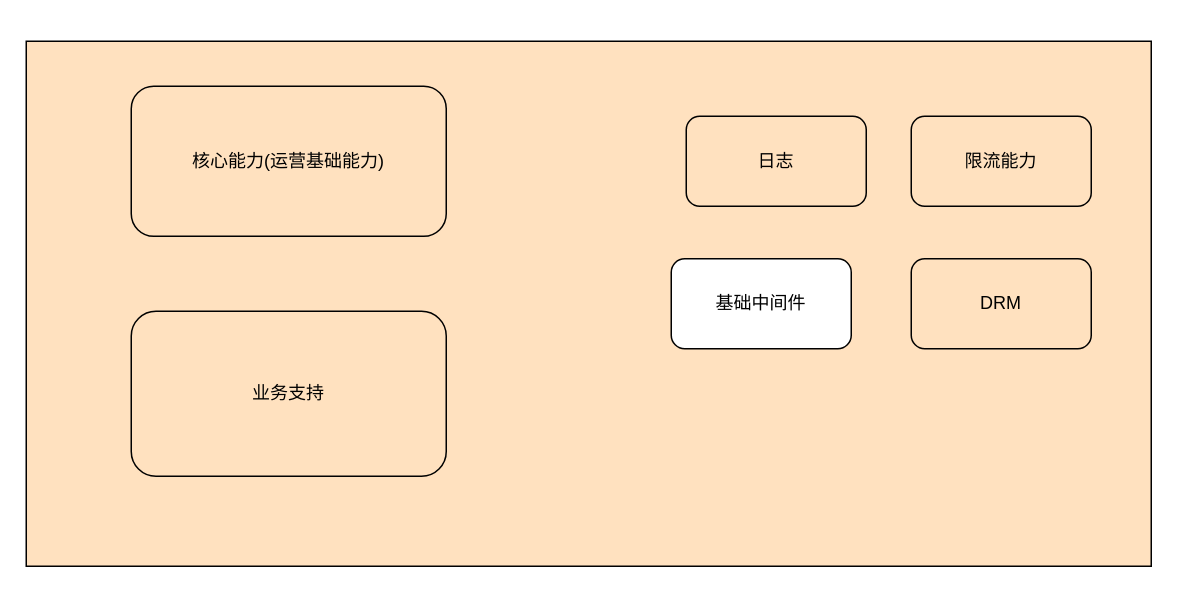
Earlier version of the draw.io diagram 2.drawio (notomorow/wangxingfan). Source tidied: cells renumbered, new cells numbered last; positions are measured from the earlier drawing's top-left corner, leaving out a move shared by most shapes. Both pictures are drawn from the tidied source at 150%, with x=0, y=0 at pixel (26, 40).
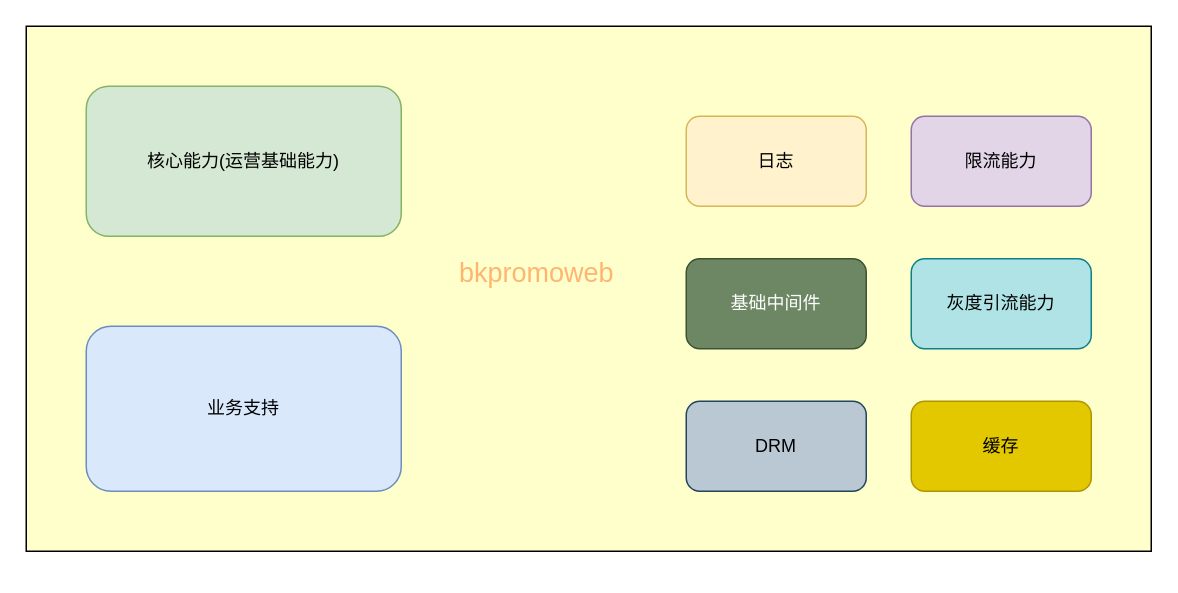
Above is the later version.

The edit, as a diff of the source:
```diff
@@
 <mxGraphModel>
   <root>
     <mxCell id="0" />
     <mxCell id="1" parent="0" />
-    <mxCell id="2" style="whiteSpace=wrap;html=1;fillColor=#FFE1BF;" parent="1" vertex="1">
-      <mxGeometry width="750" height="350" as="geometry" />
+    <mxCell id="2" style="whiteSpace=wrap;html=1;fillColor=#FFFFCC;" parent="1" vertex="1">
+      <mxGeometry y="-10" width="750" height="350" as="geometry" />
     </mxCell>
-    <mxCell id="3" value="基础中间件" style="rounded=1;whiteSpace=wrap;html=1;" parent="1" vertex="1">
-      <mxGeometry x="430" y="145" width="120" height="60" as="geometry" />
+    <mxCell id="3" value="基础中间件" style="rounded=1;whiteSpace=wrap;html=1;fillColor=#6d8764;fontColor=#ffffff;strokeColor=#3A5431;" parent="1" vertex="1">
+      <mxGeometry x="440" y="145" width="120" height="60" as="geometry" />
     </mxCell>
-    <mxCell id="4" value="DRM" style="rounded=1;whiteSpace=wrap;html=1;fillColor=#FFE1BF;" parent="1" vertex="1">
+    <mxCell id="4" value="灰度引流能力" style="rounded=1;whiteSpace=wrap;html=1;fillColor=#b0e3e6;strokeColor=#0e8088;" parent="1" vertex="1">
       <mxGeometry x="590" y="145" width="120" height="60" as="geometry" />
     </mxCell>
-    <mxCell id="5" value="限流能力" style="rounded=1;whiteSpace=wrap;html=1;fillColor=#FFE1BF;" parent="1" vertex="1">
+    <mxCell id="5" value="限流能力" style="rounded=1;whiteSpace=wrap;html=1;fillColor=#e1d5e7;strokeColor=#9673a6;" parent="1" vertex="1">
       <mxGeometry x="590" y="50" width="120" height="60" as="geometry" />
     </mxCell>
-    <mxCell id="6" value="日志" style="rounded=1;whiteSpace=wrap;html=1;fillColor=#FFE1BF;" parent="1" vertex="1">
+    <mxCell id="6" value="日志" style="rounded=1;whiteSpace=wrap;html=1;fillColor=#fff2cc;strokeColor=#d6b656;" parent="1" vertex="1">
       <mxGeometry x="440" y="50" width="120" height="60" as="geometry" />
     </mxCell>
-    <mxCell id="7" value="核心能力(运营基础能力)" style="rounded=1;whiteSpace=wrap;html=1;fillColor=#FFE1BF;" parent="1" vertex="1">
-      <mxGeometry x="70" y="30" width="210" height="100" as="geometry" />
+    <mxCell id="7" value="核心能力(运营基础能力)" style="rounded=1;whiteSpace=wrap;html=1;fillColor=#d5e8d4;strokeColor=#82b366;" parent="1" vertex="1">
+      <mxGeometry x="40" y="30" width="210" height="100" as="geometry" />
     </mxCell>
-    <mxCell id="8" value="业务支持" style="rounded=1;whiteSpace=wrap;html=1;fillColor=#FFE1BF;" parent="1" vertex="1">
-      <mxGeometry x="70" y="180" width="210" height="110" as="geometry" />
+    <mxCell id="8" value="业务支持" style="rounded=1;whiteSpace=wrap;html=1;fillColor=#dae8fc;strokeColor=#6c8ebf;" parent="1" vertex="1">
+      <mxGeometry x="40" y="190" width="210" height="110" as="geometry" />
     </mxCell>
+    <mxCell id="9" value="&lt;span&gt;DRM&lt;/span&gt;" style="rounded=1;whiteSpace=wrap;html=1;fillColor=#bac8d3;strokeColor=#23445d;" parent="1" vertex="1">
+      <mxGeometry x="440" y="240" width="120" height="60" as="geometry" />
+    </mxCell>
+    <mxCell id="10" value="缓存" style="rounded=1;whiteSpace=wrap;html=1;fillColor=#e3c800;strokeColor=#B09500;fontColor=#000000;" parent="1" vertex="1">
+      <mxGeometry x="590" y="240" width="120" height="60" as="geometry" />
+    </mxCell>
+    <mxCell id="11" value="&lt;font style=&quot;font-size: 18px&quot; color=&quot;#ffb570&quot;&gt;bkpromoweb&lt;/font&gt;" style="text;html=1;align=center;verticalAlign=middle;strokeColor=none;fillColor=none;" parent="1" vertex="1">
+      <mxGeometry x="280" y="145" width="120" height="20" as="geometry" />
+    </mxCell>
   </root>
 </mxGraphModel>
```
